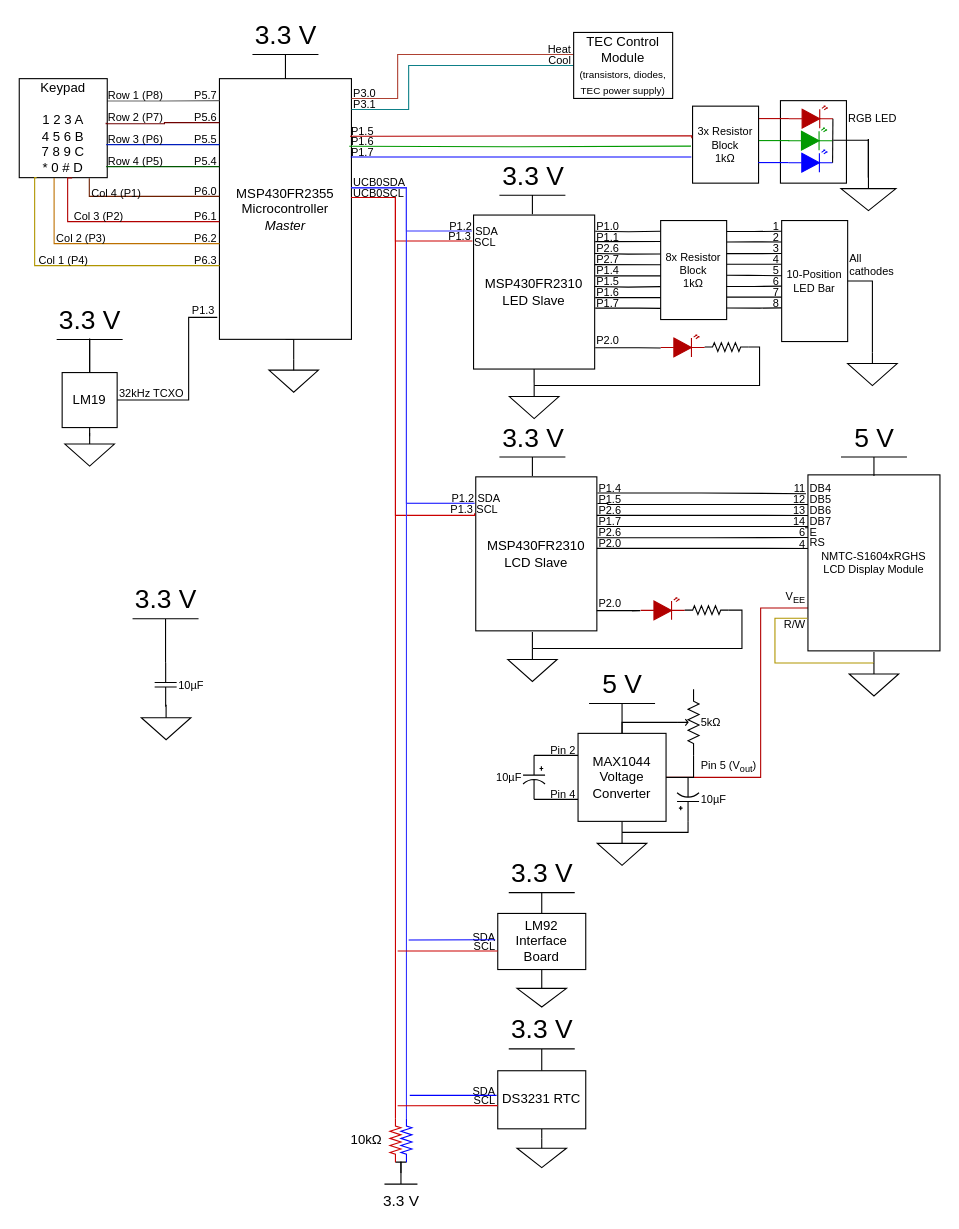
msu-eele-465/project6-gabby-iker keeps this draw.io diagram as docs/assets/CircuitDiagram06-gabby-iker.drawio. Above is the earlier version. Source tidied: cells renumbered, new cells numbered last; positions are measured from the earlier drawing's top-left corner, leaving out a move shared by most shapes. Both pictures are drawn from the tidied source at 110%, with x=0, y=0 at pixel (19, 32).
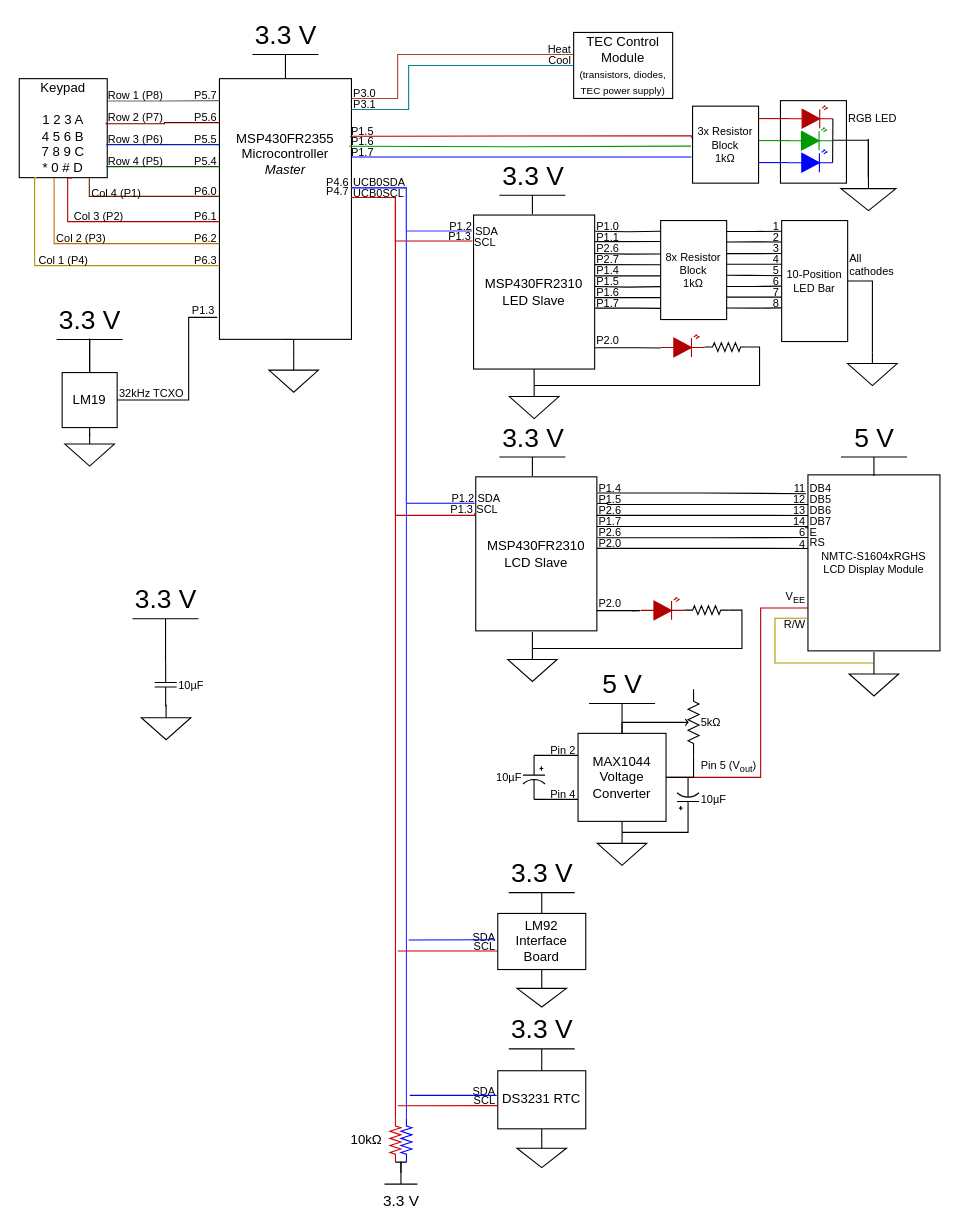
The same page after the edit.

Commit message (it also covers changes not shown here):
Slight modification to circuit diagram

The edit, as a diff of the source:
```diff
@@
-    <mxCell id="118" value="MSP430FR2355&lt;br&gt;Microcontroller&lt;br&gt;&lt;i&gt;Master&lt;/i&gt;" style="rounded=0;whiteSpace=wrap;html=1;" parent="1" vertex="1">
+    <mxCell id="118" value="MSP430FR2355&lt;br&gt;Microcontroller&lt;br&gt;&lt;i&gt;Master&lt;/i&gt;&lt;div&gt;&lt;i&gt;&lt;br&gt;&lt;/i&gt;&lt;/div&gt;&lt;div&gt;&lt;i&gt;&lt;br&gt;&lt;/i&gt;&lt;/div&gt;&lt;div&gt;&lt;i&gt;&lt;br&gt;&lt;/i&gt;&lt;/div&gt;&lt;div&gt;&lt;i&gt;&lt;br&gt;&lt;/i&gt;&lt;/div&gt;&lt;div&gt;&lt;i&gt;&lt;br&gt;&lt;/i&gt;&lt;/div&gt;&lt;div&gt;&lt;i&gt;&lt;br&gt;&lt;/i&gt;&lt;/div&gt;&lt;div&gt;&lt;i&gt;&lt;br&gt;&lt;/i&gt;&lt;/div&gt;" style="rounded=0;whiteSpace=wrap;html=1;" parent="1" vertex="1">
       <mxGeometry x="182" y="42" width="120" height="237" as="geometry" />
     </mxCell>
@@
+    <mxCell id="225" value="P4.6" style="text;html=1;strokeColor=none;fillColor=none;align=right;verticalAlign=middle;whiteSpace=wrap;rounded=0;fontSize=10;" parent="1" vertex="1">
+      <mxGeometry x="272" y="131" width="30" height="10" as="geometry" />
+    </mxCell>
+    <mxCell id="226" value="P4.7" style="text;html=1;strokeColor=none;fillColor=none;align=right;verticalAlign=middle;whiteSpace=wrap;rounded=0;fontSize=10;" parent="1" vertex="1">
+      <mxGeometry x="272" y="139" width="30" height="10" as="geometry" />
+    </mxCell>
```
